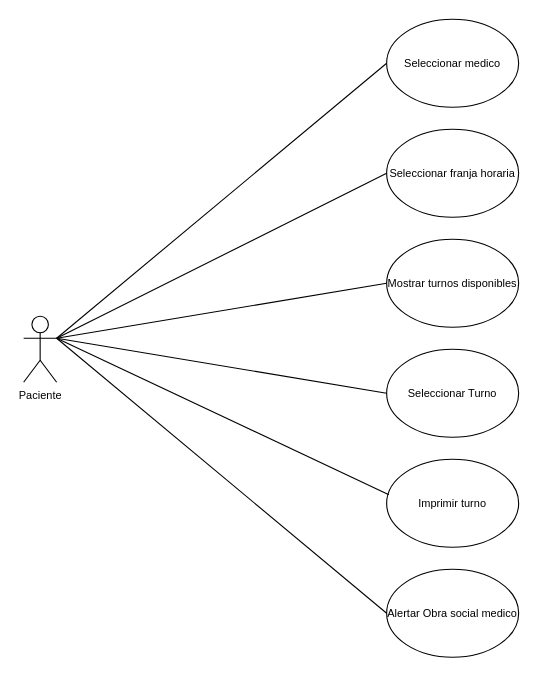
LucasTandil01/TurnoFacil keeps this draw.io diagram as diagrama/Untitled Diagram.drawio. Above is the earlier version. Source tidied: cells renumbered, new cells numbered last; positions are measured from the earlier drawing's top-left corner, leaving out a move shared by most shapes. Both pictures are drawn from the tidied source at 110%, with x=0, y=0 at pixel (23, 19).
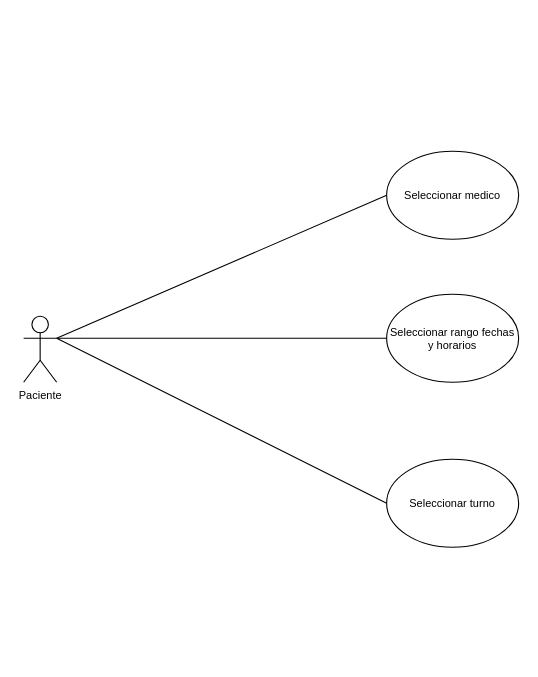
Above is the later version.

Commit message:
Diagram uses case v1.drawio

The edit, as a diff of the source:
```diff
@@
 <mxGraphModel>
   <root>
     <mxCell id="0" />
     <mxCell id="1" parent="0" />
     <mxCell id="2" value="Paciente" style="shape=umlActor;verticalLabelPosition=bottom;verticalAlign=top;html=1;outlineConnect=0;fontFamily=Helvetica;fontSize=10;" parent="1" vertex="1">
       <mxGeometry y="270" width="30" height="60" as="geometry" />
     </mxCell>
     <mxCell id="3" value="Seleccionar medico" style="ellipse;whiteSpace=wrap;html=1;fontFamily=Helvetica;fontSize=10;" parent="1" vertex="1">
-      <mxGeometry x="330" width="120" height="80" as="geometry" />
+      <mxGeometry x="330" y="120" width="120" height="80" as="geometry" />
     </mxCell>
-    <mxCell id="4" value="Seleccionar franja horaria" style="ellipse;whiteSpace=wrap;html=1;fontFamily=Helvetica;fontSize=10;" parent="1" vertex="1">
-      <mxGeometry x="330" y="100" width="120" height="80" as="geometry" />
+    <mxCell id="4" value="Seleccionar rango fechas y horarios" style="ellipse;whiteSpace=wrap;html=1;fontFamily=Helvetica;fontSize=10;" parent="1" vertex="1">
+      <mxGeometry x="330" y="250" width="120" height="80" as="geometry" />
     </mxCell>
-    <mxCell id="5" value="Mostrar turnos disponibles" style="ellipse;whiteSpace=wrap;html=1;fontFamily=Helvetica;fontSize=10;" parent="1" vertex="1">
-      <mxGeometry x="330" y="200" width="120" height="80" as="geometry" />
-    </mxCell>
-    <mxCell id="6" value="Seleccionar Turno" style="ellipse;whiteSpace=wrap;html=1;fontFamily=Helvetica;fontSize=10;" parent="1" vertex="1">
-      <mxGeometry x="330" y="300" width="120" height="80" as="geometry" />
+    <mxCell id="6" value="Seleccionar turno" style="ellipse;whiteSpace=wrap;html=1;fontFamily=Helvetica;fontSize=10;" parent="1" vertex="1">
+      <mxGeometry x="330" y="400" width="120" height="80" as="geometry" />
     </mxCell>
-    <mxCell id="7" value="Alertar Obra social medico" style="ellipse;whiteSpace=wrap;html=1;fontFamily=Helvetica;fontSize=10;" parent="1" vertex="1">
-      <mxGeometry x="330" y="500" width="120" height="80" as="geometry" />
-    </mxCell>
     <mxCell id="8" style="endArrow=none;html=1;rounded=0;entryX=0;entryY=0.5;entryDx=0;entryDy=0;exitX=1;exitY=0.3333333333333333;exitDx=0;exitDy=0;exitPerimeter=0;" parent="1" edge="1" source="2" target="3">
       <mxGeometry relative="1" as="geometry" />
     </mxCell>
-    <mxCell id="9" style="endArrow=none;html=1;rounded=0;entryX=0;entryY=0.5;entryDx=0;entryDy=0;exitX=1;exitY=0.3333333333333333;exitDx=0;exitDy=0;exitPerimeter=0;" parent="1" edge="1" source="2" target="5">
-      <mxGeometry relative="1" as="geometry" />
-    </mxCell>
     <mxCell id="10" style="endArrow=none;html=1;rounded=0;entryX=0;entryY=0.5;entryDx=0;entryDy=0;exitX=1;exitY=0.3333333333333333;exitDx=0;exitDy=0;exitPerimeter=0;" parent="1" edge="1" source="2" target="6">
       <mxGeometry relative="1" as="geometry" />
     </mxCell>
-    <mxCell id="11" style="endArrow=none;html=1;rounded=0;entryX=0;entryY=0.5;entryDx=0;entryDy=0;exitX=1;exitY=0.3333333333333333;exitDx=0;exitDy=0;exitPerimeter=0;" parent="1" edge="1" source="2" target="7">
-      <mxGeometry relative="1" as="geometry" />
-    </mxCell>
-    <mxCell id="12" value="Imprimir turno" style="ellipse;whiteSpace=wrap;html=1;fontFamily=Helvetica;fontSize=10;" parent="1" vertex="1">
-      <mxGeometry x="330" y="400" width="120" height="80" as="geometry" />
-    </mxCell>
-    <mxCell id="13" style="endArrow=none;html=1;rounded=0;entryX=0.017;entryY=0.403;entryDx=0;entryDy=0;entryPerimeter=0;" parent="1" edge="1" target="12">
-      <mxGeometry relative="1" as="geometry">
-        <mxPoint x="30" y="290" as="sourcePoint" />
-      </mxGeometry>
-    </mxCell>
     <mxCell id="14" style="endArrow=none;html=1;rounded=0;entryX=0;entryY=0.5;entryDx=0;entryDy=0;" parent="1" edge="1" target="4">
       <mxGeometry relative="1" as="geometry">
         <mxPoint x="30" y="290" as="sourcePoint" />
       </mxGeometry>
     </mxCell>
   </root>
 </mxGraphModel>
```
